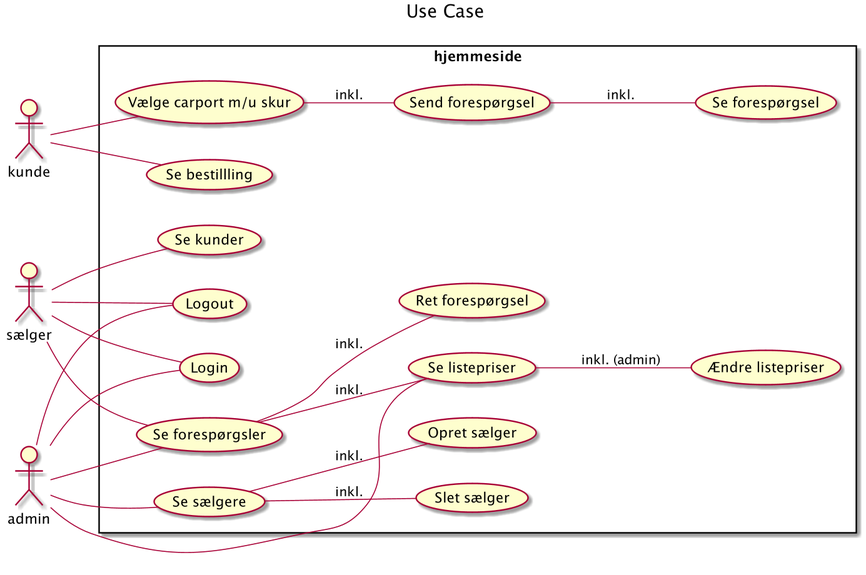
This is Documentation/UML/Use Case/User_Case.png from codergram/Fog, a PlantUML export, as it was before one commit.
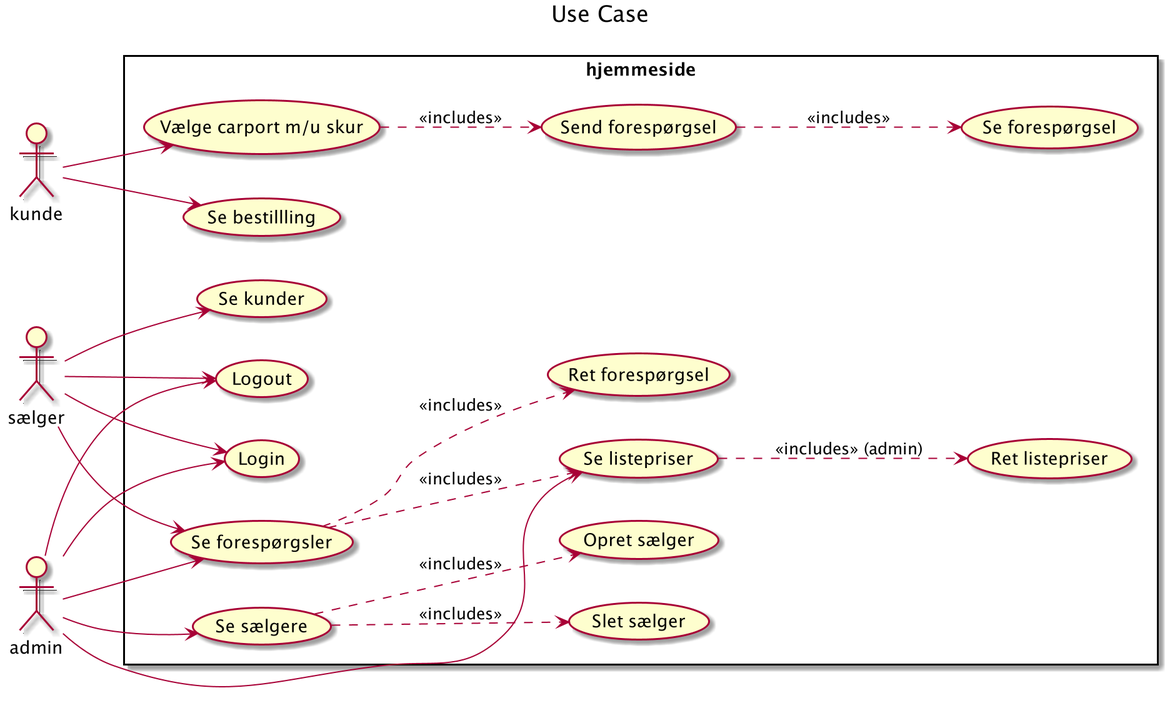
After the change.

Commit message:
use case og navigation

The edit, as a diff of the source:
```diff
@@ -7,27 +7,27 @@
 actor admin
 
 rectangle hjemmeside {
-    kunde -- (Vælge carport m/u skur)
-    (Vælge carport m/u skur) -- (Send forespørgsel):inkl.
-    (Send forespørgsel) -- (Se forespørgsel): inkl.
-    kunde -- (Se bestillling)
+    kunde --> (Vælge carport m/u skur)
+    (Vælge carport m/u skur) ..> (Send forespørgsel):<<includes>>
+    (Send forespørgsel) ..> (Se forespørgsel):<<includes>>
+    kunde --> (Se bestillling)
 
 
-    sælger -- (Login)
-    sælger -- (Logout)
-    sælger -- (Se forespørgsler)
-    (Se forespørgsler) -- (Ret forespørgsel) : inkl.
-    (Se forespørgsler) -- (Se listepriser) : inkl.
-    sælger -- (Se kunder)
+    sælger --> (Login)
+    sælger --> (Logout)
+    sælger --> (Se forespørgsler)
+    (Se forespørgsler) ..> (Ret forespørgsel):<<includes>>
+    (Se forespørgsler) ..> (Se listepriser):<<includes>>
+    sælger --> (Se kunder)
 
-    admin -- (Login)
-    admin -- (Logout)
-    admin -- (Se sælgere)
-    (Se sælgere) -- (Opret sælger) : inkl.
-    (Se sælgere) -- (Slet sælger) : inkl.
-    admin -- (Se forespørgsler)
-    admin -- (Se listepriser)
-    (Se listepriser) -- (Ændre listepriser) : inkl. (admin)
+    admin --> (Login)
+    admin --> (Logout)
+    admin --> (Se sælgere)
+    (Se sælgere) ..> (Opret sælger):<<includes>>
+    (Se sælgere) ..> (Slet sælger):<<includes>>
+    admin --> (Se forespørgsler)
+    admin --> (Se listepriser)
+    (Se listepriser) ..> (Ret listepriser):<<includes>> (admin)
 
 }
 
```
